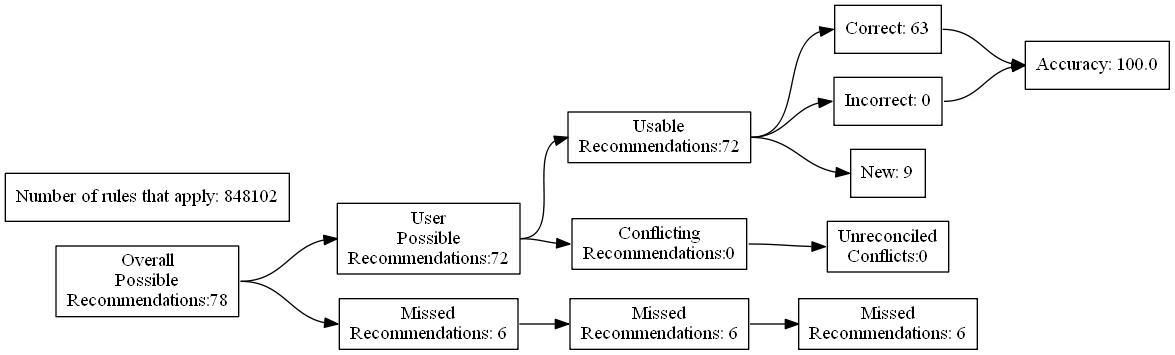
Earlier version of the Graphviz export test_renders/9.gv.png (ZaxR/ibd_diet_analysis). Its source is kept beside it as test_renders/9.gv.
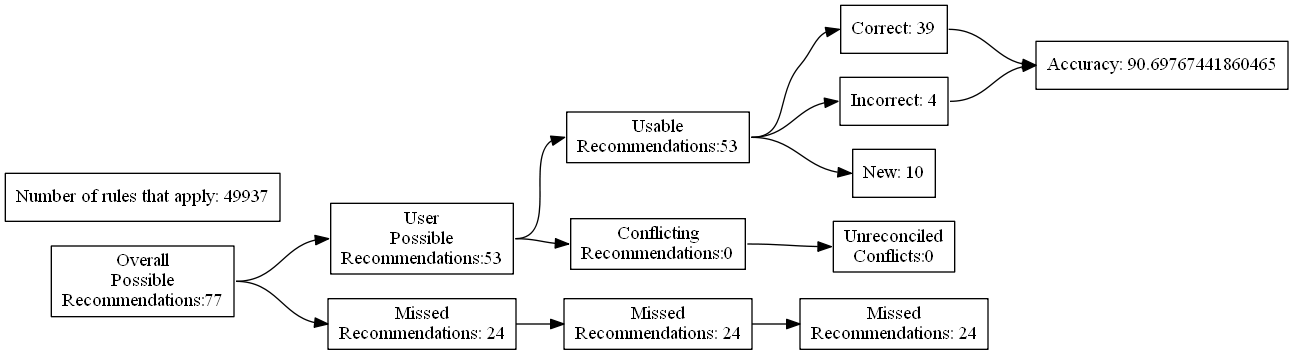
The same diagram one commit later.

The edit, as a diff of the source:
```diff
@@ -4,27 +4,27 @@
 	edge [headport=w tailport=e]
 		A [label="Overall
 Possible
-Recommendations:78"]
+Recommendations:77"]
 		B [label="User
 Possible
-Recommendations:72"]
+Recommendations:53"]
 		C [label="Missed
-Recommendations: 6"]
+Recommendations: 24"]
 		D [label="Usable
-Recommendations:72"]
+Recommendations:53"]
 		E [label="Conflicting
 Recommendations:0"]
 		J [label="Missed
-Recommendations: 6"]
+Recommendations: 24"]
 		M [label="Unreconciled
 Conflicts:0"]
-		F [label="Correct: 63"]
-		G [label="Incorrect: 0"]
-		H [label="New: 9"]
+		F [label="Correct: 39"]
+		G [label="Incorrect: 4"]
+		H [label="New: 10"]
 		K [label="Missed
-Recommendations: 6"]
-		I [label="Accuracy: 100.0"]
-		l [label="Number of rules that apply: 848102"]
+Recommendations: 24"]
+		I [label="Accuracy: 90.69767441860465"]
+		l [label="Number of rules that apply: 49937"]
 			A -> B
 			A -> C
 			B -> D
```
